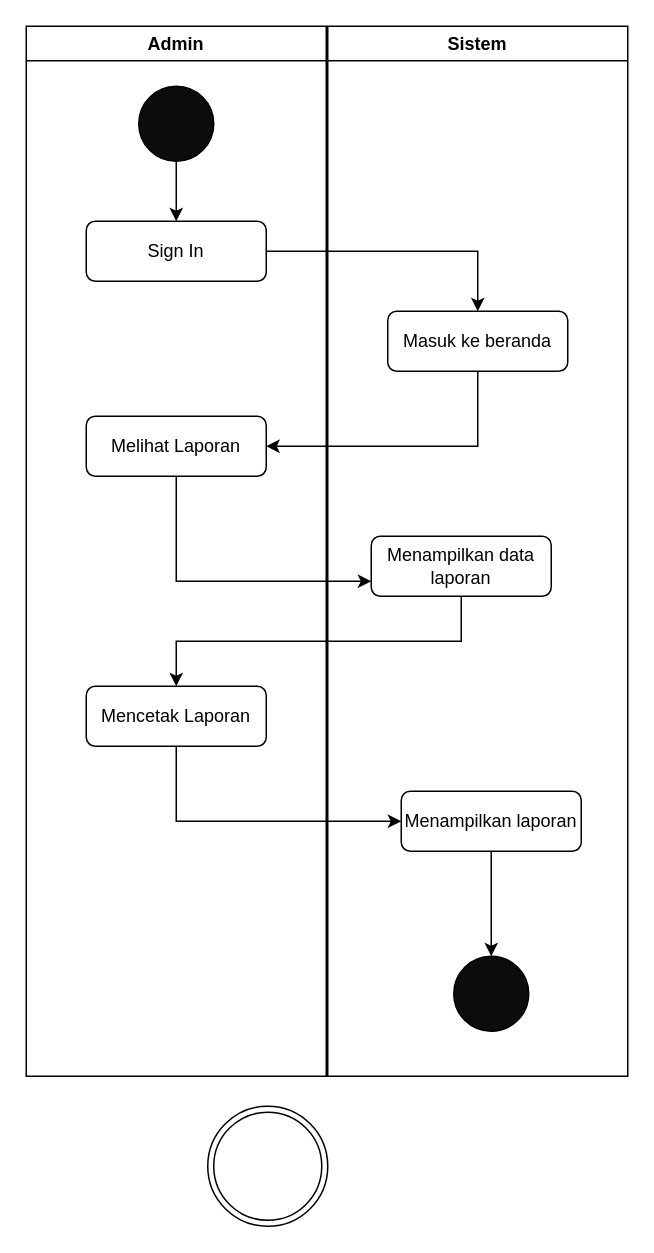
Earlier version of the draw.io diagram Untitled Diagram.drawio (hanif354-bayte/hanif354-bayte). Source tidied: cells renumbered, new cells numbered last; positions are measured from the earlier drawing's top-left corner, leaving out a move shared by most shapes. Both pictures are drawn from the tidied source at 150%, with x=0, y=0 at pixel (26, 26).
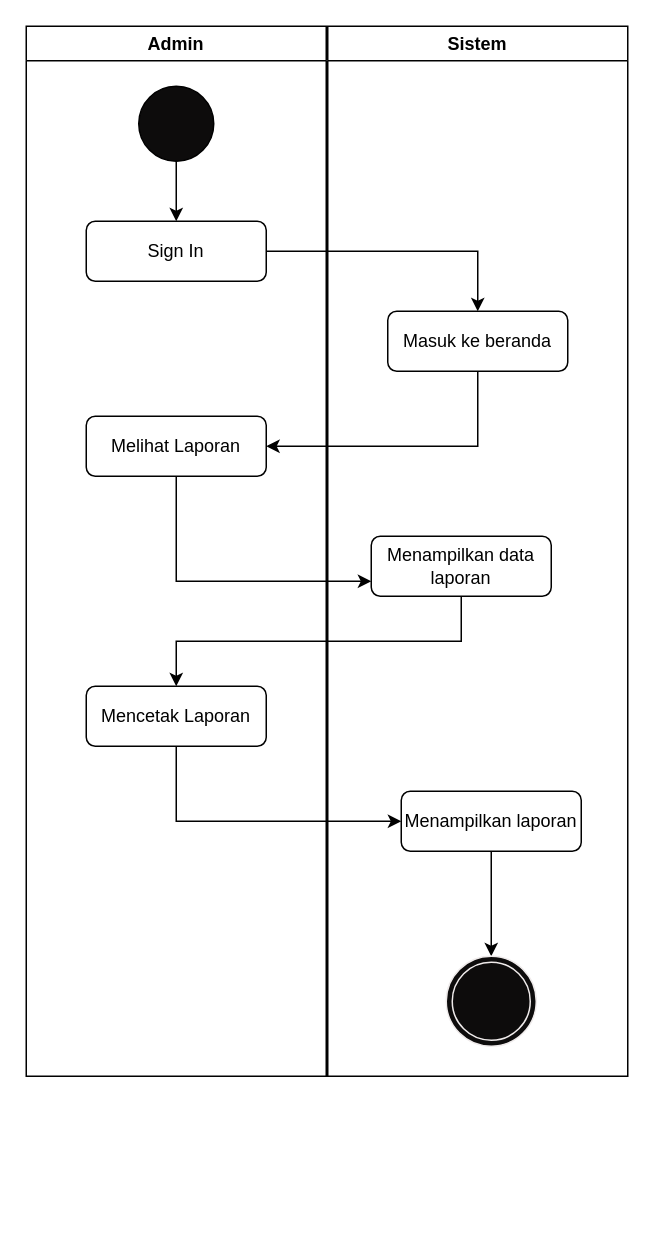
The same page after the edit.

The change refers to these unchanged cells:
```xml
<mxCell id="12" value="Menampilkan laporan" style="rounded=1;whiteSpace=wrap;html=1;" parent="8" vertex="1">
  <mxGeometry x="49" y="510" width="120" height="40" as="geometry" />
</mxCell>
```

Diff of the diagram source:
```diff
@@
-    <mxCell id="8" value="Sistem" style="swimlane;whiteSpace=wrap;html=1;" parent="1" vertex="1">
+    <mxCell id="8" value="Sistem" style="swimlane;whiteSpace=wrap;html=1;gradientColor=none;" parent="1" vertex="1">
       <mxGeometry x="201" width="200" height="700" as="geometry" />
     </mxCell>
@@
-    <mxCell id="11" style="edgeStyle=orthogonalEdgeStyle;rounded=0;jettySize=auto;html=1;exitX=0.5;exitY=1;exitDx=0;exitDy=0;entryX=0.5;entryY=0;entryDx=0;entryDy=0;" parent="8" edge="1" source="12" target="13">
-      <mxGeometry relative="1" as="geometry" />
+    <mxCell id="11" style="edgeStyle=orthogonalEdgeStyle;rounded=0;jettySize=auto;html=1;exitX=0.5;exitY=1;exitDx=0;exitDy=0;entryX=0.5;entryY=0;entryDx=0;entryDy=0;" parent="8" edge="1" source="12">
+      <mxGeometry relative="1" as="geometry">
+        <mxPoint x="109" y="620" as="targetPoint" />
+      </mxGeometry>
     </mxCell>
@@
-    <mxCell id="13" style="ellipse;whiteSpace=wrap;html=1;fillColor=#0d0c0c;" parent="8" vertex="1">
-      <mxGeometry x="84" y="620" width="50" height="50" as="geometry" />
-    </mxCell>
+    <mxCell id="20" style="ellipse;shape=doubleEllipse;whiteSpace=wrap;html=1;fillColor=light-dark(#0d0c0c, #ededed);strokeColor=light-dark(#efebeb, #ededed);" parent="8" vertex="1">
+      <mxGeometry x="79" y="620" width="60" height="60" as="geometry" />
+    </mxCell>
@@
-    <mxCell id="19" style="ellipse;shape=doubleEllipse;whiteSpace=wrap;html=1;" parent="1" vertex="1">
-      <mxGeometry x="121" y="720" width="80" height="80" as="geometry" />
-    </mxCell>
```
